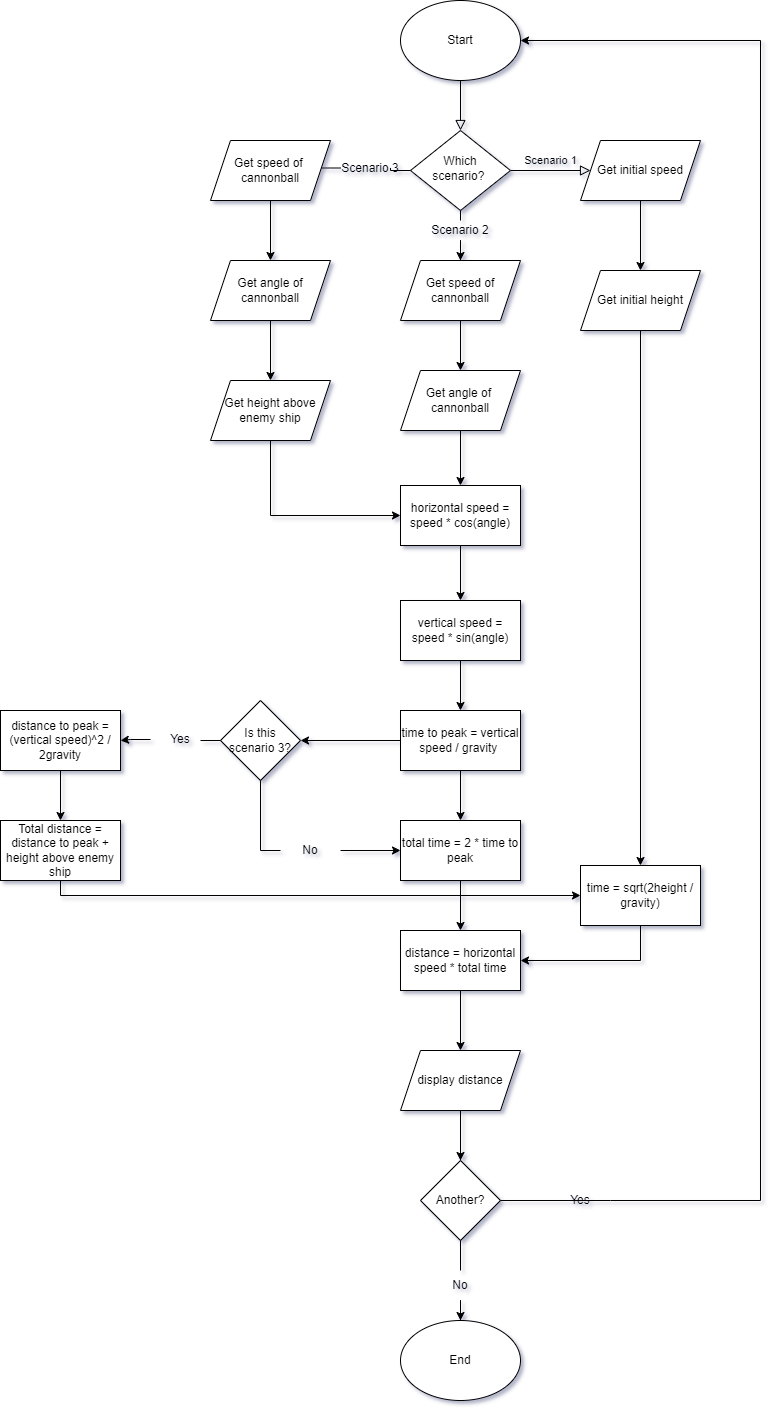
The draw.io diagram Cannon Operator.drawio.png in mimimelonxxxx/CSE2140CSE2110-Project, before a commit. Source tidied: cells renumbered, new cells last; positions are measured from the earlier drawing's top-left corner, leaving out a move shared by most shapes.
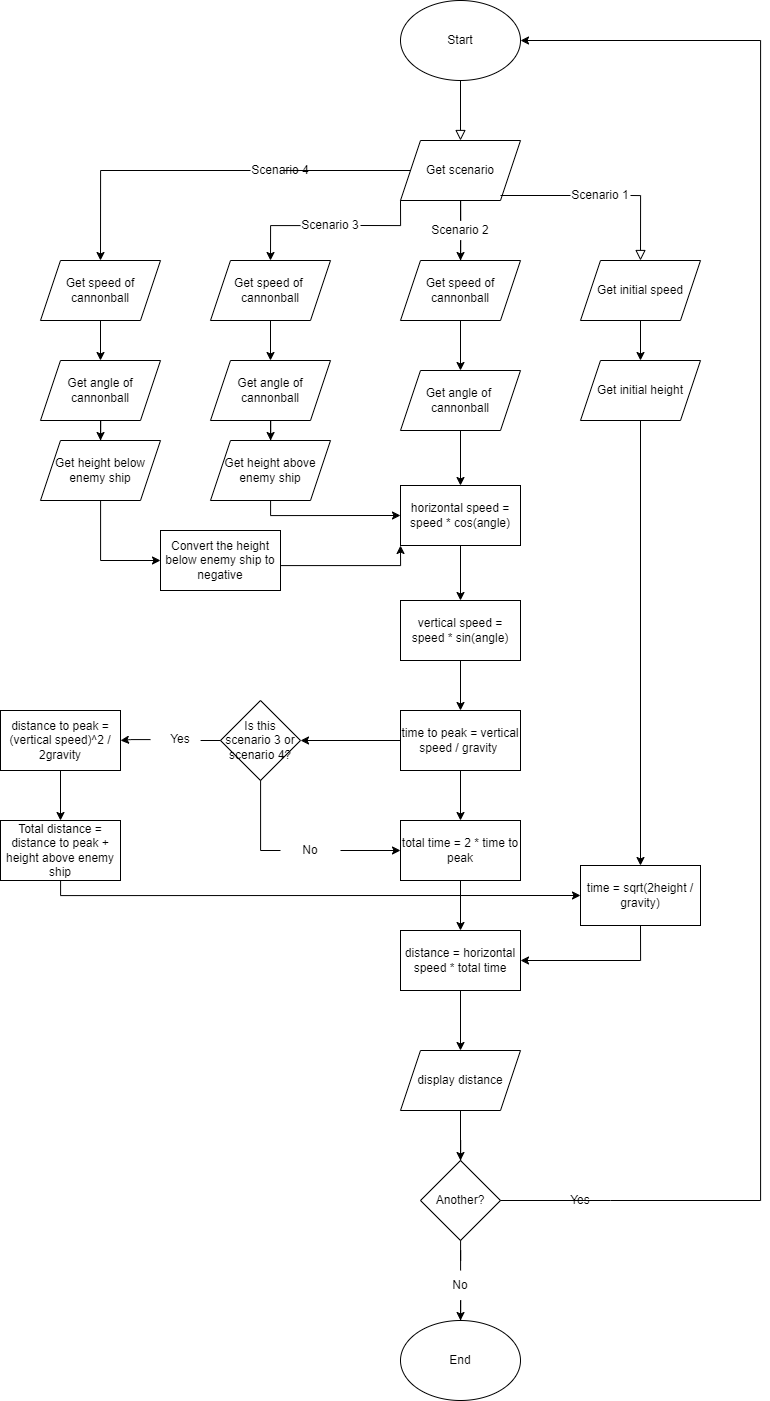
After the change.

Commit message:
added scenario 4 and started main code

Change to the diagram source:
```diff
@@ -2,43 +2,36 @@
   <root>
     <mxCell id="0" />
     <mxCell id="1" parent="0" />
-    <mxCell id="2" style="rounded=0;html=1;jettySize=auto;fontSize=11;endArrow=block;endFill=0;endSize=8;strokeWidth=1;shadow=0;labelBackgroundColor=none;edgeStyle=orthogonalEdgeStyle;exitX=0.5;exitY=1;exitDx=0;exitDy=0;exitPerimeter=0;" parent="1" edge="1" source="13" target="6">
+    <mxCell id="2" style="rounded=0;html=1;jettySize=auto;fontSize=11;endArrow=block;endFill=0;endSize=8;strokeWidth=1;shadow=0;labelBackgroundColor=none;edgeStyle=orthogonalEdgeStyle;exitX=0.5;exitY=1;exitDx=0;exitDy=0;exitPerimeter=0;entryX=0.5;entryY=0;entryDx=0;entryDy=0;" parent="1" edge="1" source="13" target="62">
       <mxGeometry relative="1" as="geometry" />
     </mxCell>
-    <mxCell id="3" value="Scenario 1" style="edgeStyle=orthogonalEdgeStyle;rounded=0;html=1;jettySize=auto;fontSize=11;endArrow=block;endFill=0;endSize=8;strokeWidth=1;shadow=0;labelBackgroundColor=none;entryX=0;entryY=0.5;entryDx=0;entryDy=0;" parent="1" edge="1" source="6" target="10">
-      <mxGeometry y="10" relative="1" as="geometry" />
+    <mxCell id="3" style="edgeStyle=orthogonalEdgeStyle;rounded=0;html=1;jettySize=auto;fontSize=11;endArrow=block;endFill=0;endSize=8;strokeWidth=1;shadow=0;labelBackgroundColor=none;entryX=0.5;entryY=0;entryDx=0;entryDy=0;exitX=1;exitY=0.5;exitDx=0;exitDy=0;startArrow=none;" parent="1" edge="1" source="63" target="10">
+      <mxGeometry y="10" relative="1" as="geometry">
+        <Array as="points">
+          <mxPoint x="640" y="195" />
+        </Array>
+      </mxGeometry>
     </mxCell>
     <mxCell id="4" style="edgeStyle=orthogonalEdgeStyle;rounded=0;jettySize=auto;html=1;startArrow=none;entryX=0.5;entryY=0;entryDx=0;entryDy=0;" parent="1" edge="1" source="7" target="15">
       <mxGeometry relative="1" as="geometry" />
     </mxCell>
-    <mxCell id="5" style="edgeStyle=orthogonalEdgeStyle;rounded=0;jettySize=auto;html=1;startArrow=none;" parent="1" edge="1" source="51" target="33">
-      <mxGeometry relative="1" as="geometry" />
-    </mxCell>
-    <mxCell id="6" value="Which scenario?&amp;nbsp;" style="rhombus;whiteSpace=wrap;html=1;shadow=0;fontFamily=Helvetica;fontSize=12;align=center;strokeWidth=1;spacing=6;spacingTop=-4;" parent="1" vertex="1">
-      <mxGeometry x="410" y="130" width="100" height="80" as="geometry" />
-    </mxCell>
     <mxCell id="7" value="Scenario 2" style="text;html=1;strokeColor=none;fillColor=none;align=center;verticalAlign=middle;whiteSpace=wrap;rounded=0;" parent="1" vertex="1">
       <mxGeometry x="430" y="220" width="60" height="20" as="geometry" />
     </mxCell>
-    <mxCell id="8" style="edgeStyle=orthogonalEdgeStyle;rounded=0;jettySize=auto;html=1;endArrow=none;" parent="1" edge="1" source="6" target="7">
-      <mxGeometry relative="1" as="geometry">
-        <Array as="points">
-          <mxPoint x="480" y="230" />
-          <mxPoint x="480" y="230" />
-        </Array>
-      </mxGeometry>
+    <mxCell id="8" style="edgeStyle=orthogonalEdgeStyle;rounded=0;jettySize=auto;html=1;endArrow=none;exitX=0.5;exitY=1;exitDx=0;exitDy=0;" parent="1" edge="1" source="62" target="7">
+      <mxGeometry relative="1" as="geometry" />
     </mxCell>
     <mxCell id="9" style="edgeStyle=orthogonalEdgeStyle;rounded=0;jettySize=auto;html=1;" parent="1" edge="1" source="10" target="12">
       <mxGeometry relative="1" as="geometry" />
     </mxCell>
     <mxCell id="10" value="Get initial speed" style="shape=parallelogram;perimeter=parallelogramPerimeter;whiteSpace=wrap;html=1;fixedSize=1;" parent="1" vertex="1">
-      <mxGeometry x="580" y="140" width="120" height="60" as="geometry" />
+      <mxGeometry x="580" y="260" width="120" height="60" as="geometry" />
     </mxCell>
     <mxCell id="11" style="edgeStyle=orthogonalEdgeStyle;rounded=0;jettySize=auto;html=1;entryX=0.5;entryY=0;entryDx=0;entryDy=0;" parent="1" edge="1" source="12" target="39">
       <mxGeometry relative="1" as="geometry" />
     </mxCell>
     <mxCell id="12" value="Get initial height" style="shape=parallelogram;perimeter=parallelogramPerimeter;whiteSpace=wrap;html=1;fixedSize=1;" parent="1" vertex="1">
-      <mxGeometry x="580" y="270" width="120" height="60" as="geometry" />
+      <mxGeometry x="580" y="360" width="120" height="60" as="geometry" />
     </mxCell>
     <mxCell id="13" value="Start" style="ellipse;whiteSpace=wrap;html=1;" parent="1" vertex="1">
       <mxGeometry x="400" width="120" height="80" as="geometry" />
@@ -103,13 +96,13 @@
       <mxGeometry relative="1" as="geometry" />
     </mxCell>
     <mxCell id="33" value="Get speed of&amp;nbsp;&lt;br&gt;cannonball" style="shape=parallelogram;perimeter=parallelogramPerimeter;whiteSpace=wrap;html=1;fixedSize=1;" parent="1" vertex="1">
-      <mxGeometry x="210" y="140" width="120" height="60" as="geometry" />
+      <mxGeometry x="210" y="260" width="120" height="60" as="geometry" />
     </mxCell>
     <mxCell id="34" style="edgeStyle=orthogonalEdgeStyle;rounded=0;jettySize=auto;html=1;" parent="1" edge="1" source="35" target="37">
       <mxGeometry relative="1" as="geometry" />
     </mxCell>
     <mxCell id="35" value="Get angle of cannonball" style="shape=parallelogram;perimeter=parallelogramPerimeter;whiteSpace=wrap;html=1;fixedSize=1;" parent="1" vertex="1">
-      <mxGeometry x="210" y="260" width="120" height="60" as="geometry" />
+      <mxGeometry x="210" y="360" width="120" height="60" as="geometry" />
     </mxCell>
     <mxCell id="36" style="edgeStyle=orthogonalEdgeStyle;rounded=0;jettySize=auto;html=1;entryX=0;entryY=0.5;entryDx=0;entryDy=0;" parent="1" edge="1" source="37" target="19">
       <mxGeometry relative="1" as="geometry">
@@ -119,7 +112,7 @@
       </mxGeometry>
     </mxCell>
     <mxCell id="37" value="Get height above enemy ship" style="shape=parallelogram;perimeter=parallelogramPerimeter;whiteSpace=wrap;html=1;fixedSize=1;" parent="1" vertex="1">
-      <mxGeometry x="210" y="380" width="120" height="60" as="geometry" />
+      <mxGeometry x="210" y="440" width="120" height="60" as="geometry" />
     </mxCell>
     <mxCell id="38" style="edgeStyle=orthogonalEdgeStyle;rounded=0;jettySize=auto;html=1;entryX=1;entryY=0.5;entryDx=0;entryDy=0;exitX=0.5;exitY=1;exitDx=0;exitDy=0;" parent="1" edge="1" source="39" target="28">
       <mxGeometry relative="1" as="geometry">
@@ -140,7 +133,7 @@
     <mxCell id="42" style="edgeStyle=orthogonalEdgeStyle;rounded=0;jettySize=auto;html=1;startArrow=none;" parent="1" edge="1" source="47" target="41">
       <mxGeometry relative="1" as="geometry" />
     </mxCell>
-    <mxCell id="43" value="Is this scenario 3?" style="rhombus;whiteSpace=wrap;html=1;" parent="1" vertex="1">
+    <mxCell id="43" value="Is this scenario 3 or scenario 4?" style="rhombus;whiteSpace=wrap;html=1;" parent="1" vertex="1">
       <mxGeometry x="220" y="700" width="80" height="80" as="geometry" />
     </mxCell>
     <mxCell id="44" style="edgeStyle=orthogonalEdgeStyle;rounded=0;jettySize=auto;html=1;entryX=0;entryY=0.5;entryDx=0;entryDy=0;" parent="1" edge="1" source="45" target="26">
@@ -168,12 +161,6 @@
     <mxCell id="50" value="Total distance = distance to peak + height above enemy ship" style="rounded=0;whiteSpace=wrap;html=1;" parent="1" vertex="1">
       <mxGeometry y="820" width="120" height="60" as="geometry" />
     </mxCell>
-    <mxCell id="51" value="Scenario 3" style="text;html=1;strokeColor=none;fillColor=none;align=center;verticalAlign=middle;whiteSpace=wrap;rounded=0;" parent="1" vertex="1">
-      <mxGeometry x="340" y="155" width="60" height="25" as="geometry" />
-    </mxCell>
-    <mxCell id="52" style="edgeStyle=orthogonalEdgeStyle;rounded=0;jettySize=auto;html=1;endArrow=none;" parent="1" edge="1" source="6" target="51">
-      <mxGeometry relative="1" as="geometry" />
-    </mxCell>
     <mxCell id="53" style="edgeStyle=orthogonalEdgeStyle;rounded=0;jettySize=auto;html=1;startArrow=none;" parent="1" edge="1" source="57" target="56">
       <mxGeometry relative="1" as="geometry" />
     </mxCell>
@@ -208,5 +195,71 @@
         </Array>
       </mxGeometry>
     </mxCell>
+    <mxCell id="5" style="edgeStyle=orthogonalEdgeStyle;rounded=0;jettySize=auto;html=1;entryX=0.5;entryY=0;entryDx=0;entryDy=0;startArrow=none;" parent="1" edge="1" source="51" target="33">
+      <mxGeometry relative="1" as="geometry">
+        <Array as="points">
+          <mxPoint x="270" y="225" />
+        </Array>
+      </mxGeometry>
+    </mxCell>
+    <mxCell id="61" style="edgeStyle=orthogonalEdgeStyle;rounded=0;jettySize=auto;html=1;entryX=0.5;entryY=0;entryDx=0;entryDy=0;startArrow=none;" parent="1" edge="1" source="73" target="67">
+      <mxGeometry relative="1" as="geometry" />
+    </mxCell>
+    <mxCell id="62" value="Get scenario" style="shape=parallelogram;perimeter=parallelogramPerimeter;whiteSpace=wrap;html=1;fixedSize=1;" parent="1" vertex="1">
+      <mxGeometry x="400" y="140" width="120" height="60" as="geometry" />
+    </mxCell>
+    <mxCell id="63" value="Scenario 1" style="text;html=1;strokeColor=none;fillColor=none;align=center;verticalAlign=middle;whiteSpace=wrap;rounded=0;" parent="1" vertex="1">
+      <mxGeometry x="570" y="180" width="60" height="30" as="geometry" />
+    </mxCell>
+    <mxCell id="64" style="edgeStyle=orthogonalEdgeStyle;rounded=0;html=1;jettySize=auto;fontSize=11;endArrow=none;endFill=0;endSize=8;strokeWidth=1;shadow=0;labelBackgroundColor=none;entryX=0;entryY=0.5;entryDx=0;entryDy=0;" parent="1" edge="1" target="63">
+      <mxGeometry y="10" relative="1" as="geometry">
+        <mxPoint x="500" y="195" as="sourcePoint" />
+      </mxGeometry>
+    </mxCell>
+    <mxCell id="51" value="Scenario 3" style="text;html=1;strokeColor=none;fillColor=none;align=center;verticalAlign=middle;whiteSpace=wrap;rounded=0;" parent="1" vertex="1">
+      <mxGeometry x="300" y="210" width="60" height="30" as="geometry" />
+    </mxCell>
+    <mxCell id="65" style="edgeStyle=orthogonalEdgeStyle;rounded=0;jettySize=auto;html=1;entryX=1;entryY=0.5;entryDx=0;entryDy=0;endArrow=none;exitX=0;exitY=1;exitDx=0;exitDy=0;" parent="1" edge="1" source="62" target="51">
+      <mxGeometry relative="1" as="geometry" />
+    </mxCell>
+    <mxCell id="66" style="edgeStyle=orthogonalEdgeStyle;rounded=0;jettySize=auto;html=1;entryX=0.5;entryY=0;entryDx=0;entryDy=0;" parent="1" edge="1" source="67" target="69">
+      <mxGeometry relative="1" as="geometry" />
+    </mxCell>
+    <mxCell id="67" value="Get speed of cannonball" style="shape=parallelogram;perimeter=parallelogramPerimeter;whiteSpace=wrap;html=1;fixedSize=1;" parent="1" vertex="1">
+      <mxGeometry x="40" y="260" width="120" height="60" as="geometry" />
+    </mxCell>
+    <mxCell id="68" style="edgeStyle=orthogonalEdgeStyle;rounded=0;jettySize=auto;html=1;entryX=0.5;entryY=0;entryDx=0;entryDy=0;" parent="1" edge="1" source="69" target="72">
+      <mxGeometry relative="1" as="geometry" />
+    </mxCell>
+    <mxCell id="69" value="Get angle of cannonball" style="shape=parallelogram;perimeter=parallelogramPerimeter;whiteSpace=wrap;html=1;fixedSize=1;" parent="1" vertex="1">
+      <mxGeometry x="40" y="360" width="120" height="60" as="geometry" />
+    </mxCell>
+    <mxCell id="70" style="edgeStyle=orthogonalEdgeStyle;rounded=0;jettySize=auto;html=1;entryX=0;entryY=1;entryDx=0;entryDy=0;startArrow=none;" parent="1" edge="1" source="75" target="19">
+      <mxGeometry relative="1" as="geometry">
+        <Array as="points">
+          <mxPoint x="400" y="565" />
+        </Array>
+      </mxGeometry>
+    </mxCell>
+    <mxCell id="71" style="edgeStyle=orthogonalEdgeStyle;rounded=0;jettySize=auto;html=1;entryX=0;entryY=0.5;entryDx=0;entryDy=0;" parent="1" edge="1" source="72" target="75">
+      <mxGeometry relative="1" as="geometry" />
+    </mxCell>
+    <mxCell id="72" value="Get height below enemy ship" style="shape=parallelogram;perimeter=parallelogramPerimeter;whiteSpace=wrap;html=1;fixedSize=1;" parent="1" vertex="1">
+      <mxGeometry x="40" y="440" width="120" height="60" as="geometry" />
+    </mxCell>
+    <mxCell id="73" value="Scenario 4" style="text;html=1;strokeColor=none;fillColor=none;align=center;verticalAlign=middle;whiteSpace=wrap;rounded=0;" parent="1" vertex="1">
+      <mxGeometry x="250" y="155" width="60" height="30" as="geometry" />
+    </mxCell>
+    <mxCell id="74" style="edgeStyle=orthogonalEdgeStyle;rounded=0;jettySize=auto;html=1;endArrow=none;" parent="1" edge="1" source="62">
+      <mxGeometry relative="1" as="geometry">
+        <mxPoint x="330" y="170" as="targetPoint" />
+        <Array as="points">
+          <mxPoint x="280" y="170" />
+        </Array>
+      </mxGeometry>
+    </mxCell>
+    <mxCell id="75" value="Convert the height below enemy ship to negative" style="rounded=0;whiteSpace=wrap;html=1;" parent="1" vertex="1">
+      <mxGeometry x="160" y="530" width="120" height="60" as="geometry" />
+    </mxCell>
   </root>
 </mxGraphModel>
```
